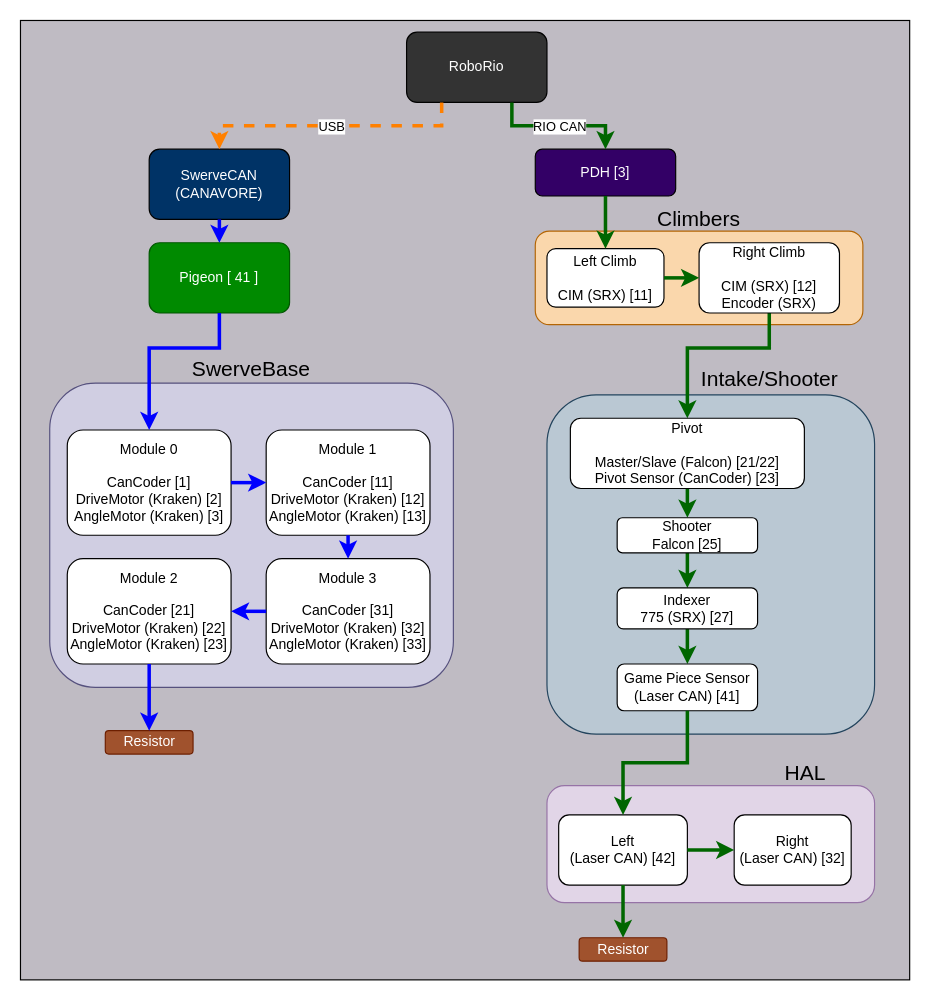
This is doc/graphics/CAN-devices.drawio from FRC5920/2024, a draw.io file, before an edit. Source tidied: cells renumbered, new cells numbered last; positions are measured from the earlier drawing's top-left corner, leaving out a move shared by most shapes. Both pictures are drawn from the tidied source at 117%, with x=0, y=0 at pixel (20, 20).
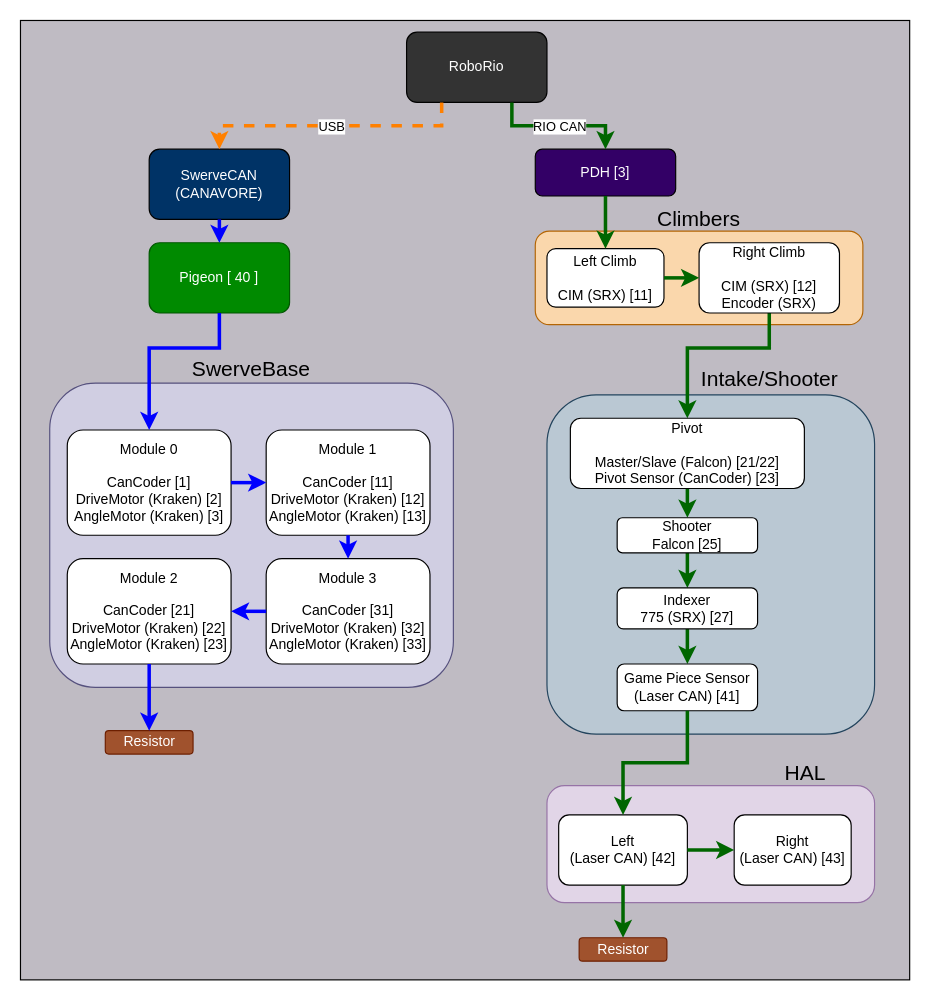
The same page after the edit.

What changed in the source:
```diff
@@
-    <mxCell id="11" value="Pigeon [ 41 ]" style="rounded=1;whiteSpace=wrap;html=1;fillColor=#008a00;fontColor=#ffffff;strokeColor=#005700;" parent="3" vertex="1">
+    <mxCell id="11" value="Pigeon [ 40 ]" style="rounded=1;whiteSpace=wrap;html=1;fillColor=#008a00;fontColor=#ffffff;strokeColor=#005700;" parent="3" vertex="1">
       <mxGeometry x="110" y="190" width="120" height="60" as="geometry" />
     </mxCell>
@@
-    <mxCell id="39" value="Right&lt;br&gt;(Laser CAN) [32]" style="rounded=1;whiteSpace=wrap;html=1;" parent="3" vertex="1">
+    <mxCell id="39" value="Right&lt;br&gt;(Laser CAN) [43]" style="rounded=1;whiteSpace=wrap;html=1;" parent="3" vertex="1">
       <mxGeometry x="610" y="679" width="100" height="60" as="geometry" />
     </mxCell>
```
